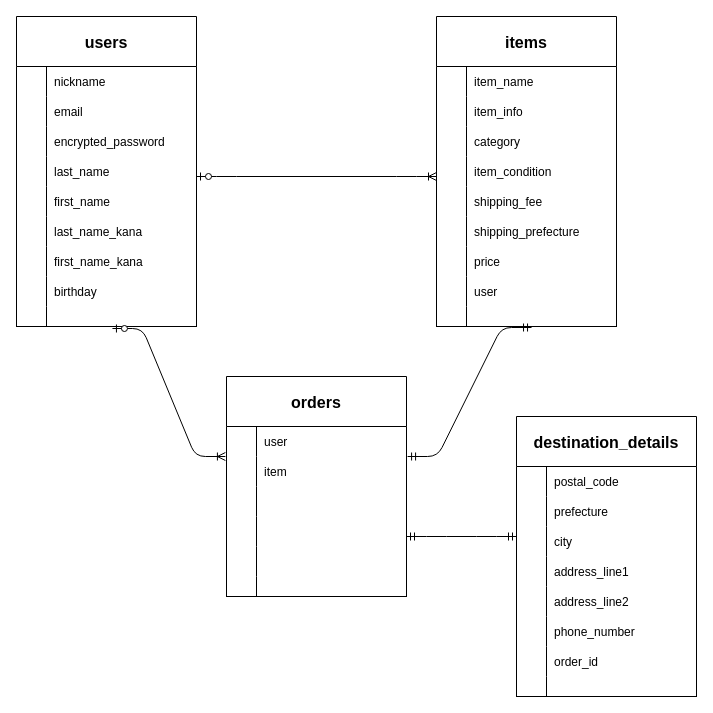
This is er.dio from kineeeecchi/furima-37109, a draw.io file, before an edit. Source tidied: cells renumbered, new cells numbered last; positions are measured from the earlier drawing's top-left corner, leaving out a move shared by most shapes. Both pictures are drawn from the tidied source at 100%, with x=0, y=0 at pixel (16, 16).
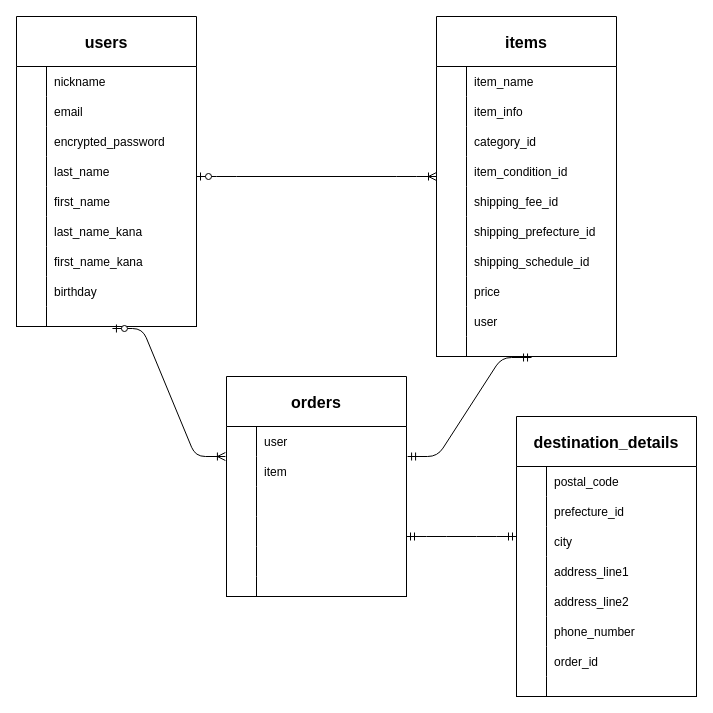
Above is the later version.

Commit message (it also covers changes not shown here):
ER図とREADMEの修正

Unchanged cells that the change refers to:
```xml
<mxCell id="34" style="shape=partialRectangle;fillColor=none;top=0;left=0;bottom=0;right=0;" parent="30" vertex="1">
  <mxGeometry y="80" width="180" height="30" as="geometry" />
</mxCell>
<mxCell id="81" style="shape=partialRectangle;fillColor=none;top=0;left=0;bottom=0;right=0;" parent="74" vertex="1">
  <mxGeometry y="110" width="180" height="30" as="geometry" />
</mxCell>
<mxCell id="84" style="shape=partialRectangle;fillColor=none;top=0;left=0;bottom=0;right=0;" parent="74" vertex="1">
  <mxGeometry y="140" width="180" height="30" as="geometry" />
</mxCell>
<mxCell id="87" style="shape=partialRectangle;fillColor=none;top=0;left=0;bottom=0;right=0;" parent="74" vertex="1">
  <mxGeometry y="170" width="180" height="30" as="geometry" />
</mxCell>
<mxCell id="90" style="shape=partialRectangle;fillColor=none;top=0;left=0;bottom=0;right=0;" parent="74" vertex="1">
  <mxGeometry y="200" width="180" height="30" as="geometry" />
</mxCell>
```

The edit, as a diff of the source:
```diff
@@
-    <mxCell id="36" value="prefecture" style="shape=partialRectangle;fillColor=none;top=0;left=0;bottom=0;right=0;align=left;spacingLeft=6;overflow=hidden;" parent="34" vertex="1">
+    <mxCell id="36" value="prefecture_id" style="shape=partialRectangle;fillColor=none;top=0;left=0;bottom=0;right=0;align=left;spacingLeft=6;overflow=hidden;" parent="34" vertex="1">
       <mxGeometry x="30" width="150" height="30" as="geometry" />
     </mxCell>
@@
     <mxCell id="74" value="items" style="shape=table;startSize=50;childLayout=tableLayout;rowLines=0;fontStyle=1;align=center;fontSize=16;" parent="1" vertex="1">
-      <mxGeometry x="420" width="180" height="310" as="geometry" />
+      <mxGeometry x="420" width="180" height="340" as="geometry" />
     </mxCell>
@@
-    <mxCell id="83" value="category" style="shape=partialRectangle;fillColor=none;top=0;left=0;bottom=0;right=0;align=left;spacingLeft=6;overflow=hidden;" parent="81" vertex="1">
+    <mxCell id="83" value="category_id" style="shape=partialRectangle;fillColor=none;top=0;left=0;bottom=0;right=0;align=left;spacingLeft=6;overflow=hidden;" parent="81" vertex="1">
       <mxGeometry x="30" width="150" height="30" as="geometry" />
     </mxCell>
@@
-    <mxCell id="86" value="item_condition" style="shape=partialRectangle;fillColor=none;top=0;left=0;bottom=0;right=0;align=left;spacingLeft=6;overflow=hidden;" parent="84" vertex="1">
+    <mxCell id="86" value="item_condition_id" style="shape=partialRectangle;fillColor=none;top=0;left=0;bottom=0;right=0;align=left;spacingLeft=6;overflow=hidden;" parent="84" vertex="1">
       <mxGeometry x="30" width="150" height="30" as="geometry" />
     </mxCell>
@@
-    <mxCell id="89" value="shipping_fee" style="shape=partialRectangle;fillColor=none;top=0;left=0;bottom=0;right=0;align=left;spacingLeft=6;overflow=hidden;" parent="87" vertex="1">
+    <mxCell id="89" value="shipping_fee_id" style="shape=partialRectangle;fillColor=none;top=0;left=0;bottom=0;right=0;align=left;spacingLeft=6;overflow=hidden;" parent="87" vertex="1">
       <mxGeometry x="30" width="150" height="30" as="geometry" />
     </mxCell>
@@
-    <mxCell id="92" value="shipping_prefecture" style="shape=partialRectangle;fillColor=none;top=0;left=0;bottom=0;right=0;align=left;spacingLeft=6;overflow=hidden;" parent="90" vertex="1">
+    <mxCell id="92" value="shipping_prefecture_id" style="shape=partialRectangle;fillColor=none;top=0;left=0;bottom=0;right=0;align=left;spacingLeft=6;overflow=hidden;" parent="90" vertex="1">
       <mxGeometry x="30" width="150" height="30" as="geometry" />
     </mxCell>
+    <mxCell id="106" style="shape=partialRectangle;fillColor=none;top=0;left=0;bottom=0;right=0;" parent="74" vertex="1">
+      <mxGeometry y="230" width="180" height="30" as="geometry" />
+    </mxCell>
+    <mxCell id="107" style="shape=partialRectangle;fillColor=none;top=0;left=0;bottom=0;right=0;overflow=hidden;" parent="106" vertex="1">
+      <mxGeometry width="30" height="30" as="geometry" />
+    </mxCell>
+    <mxCell id="108" value="shipping_schedule_id" style="shape=partialRectangle;fillColor=none;top=0;left=0;bottom=0;right=0;align=left;spacingLeft=6;overflow=hidden;" parent="106" vertex="1">
+      <mxGeometry x="30" width="150" height="30" as="geometry" />
+    </mxCell>
     <mxCell id="93" style="shape=partialRectangle;fillColor=none;top=0;left=0;bottom=0;right=0;" parent="74" vertex="1">
-      <mxGeometry y="230" width="180" height="30" as="geometry" />
+      <mxGeometry y="260" width="180" height="30" as="geometry" />
     </mxCell>
@@
     <mxCell id="96" style="shape=partialRectangle;fillColor=none;top=0;left=0;bottom=0;right=0;" parent="74" vertex="1">
-      <mxGeometry y="260" width="180" height="30" as="geometry" />
+      <mxGeometry y="290" width="180" height="30" as="geometry" />
     </mxCell>
@@
     <mxCell id="99" style="shape=partialRectangle;fillColor=none;top=0;left=0;bottom=1;right=0;points=[[0,0.5],[1,0.5]];portConstraint=eastwest;" parent="74" vertex="1">
-      <mxGeometry y="290" width="180" height="20" as="geometry" />
+      <mxGeometry y="320" width="180" height="20" as="geometry" />
     </mxCell>
```
